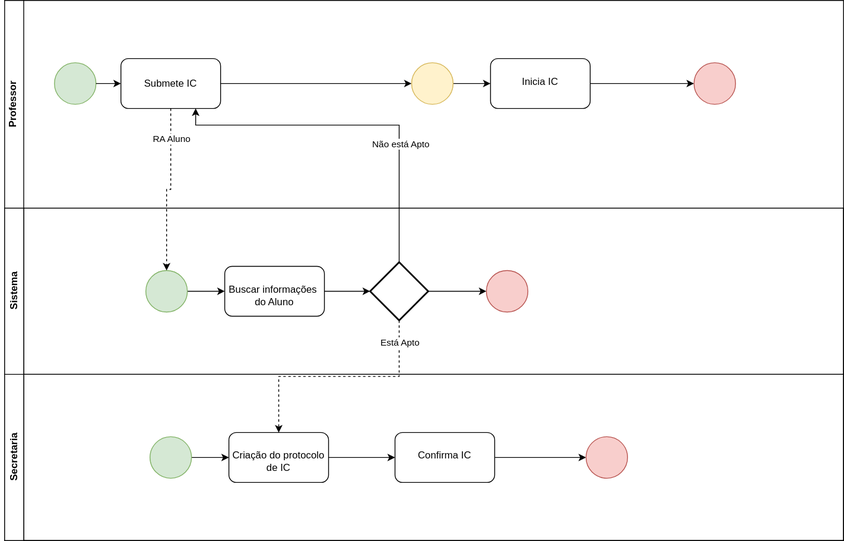
Above: Documentos/ToBe.svg in JesCat16/Automacao_IC_GestaoDeProjeto (draw.io), before the change. Source tidied: cells renumbered, new cells last; positions are measured from the earlier drawing's top-left corner, leaving out a move shared by most shapes.
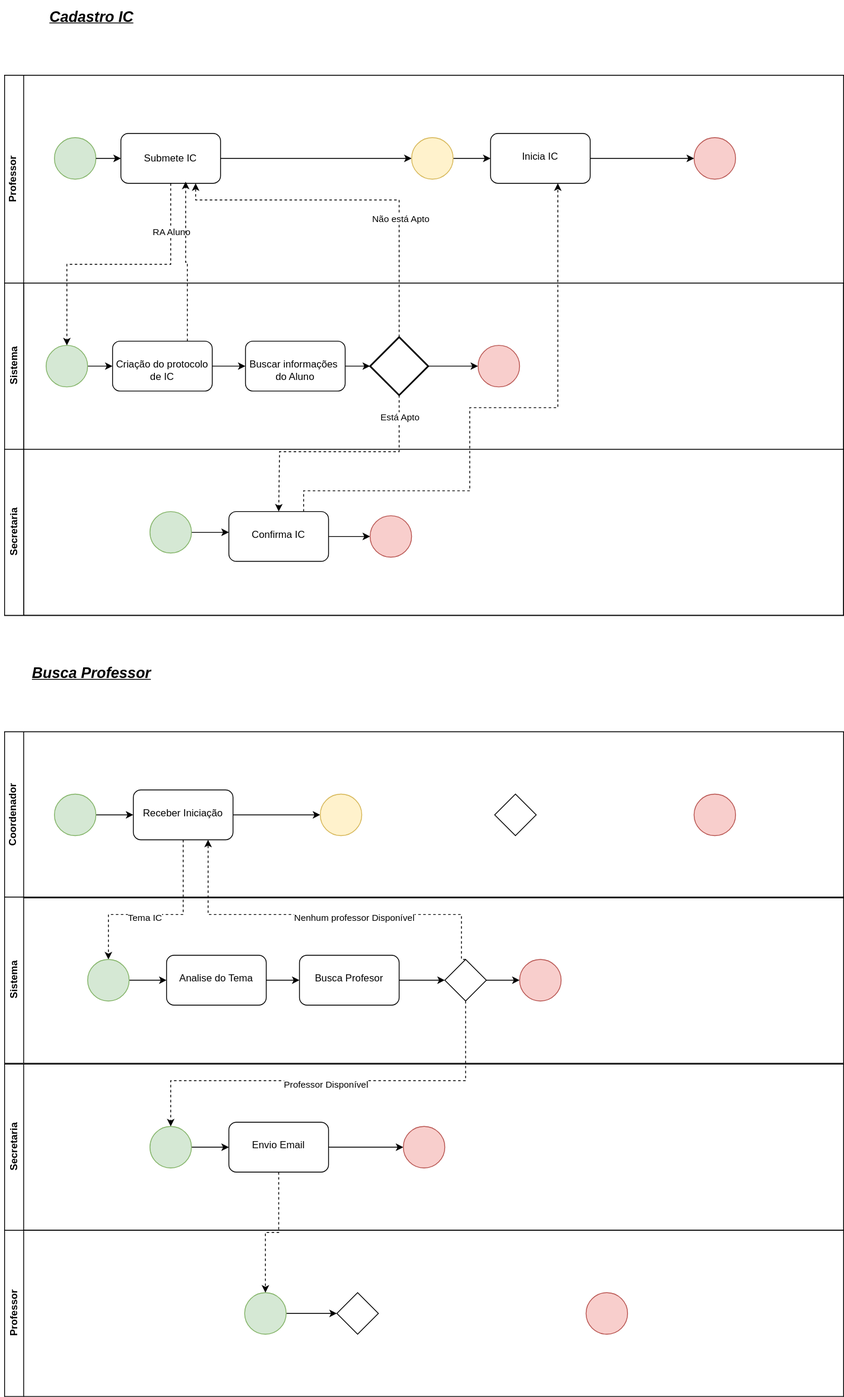
The same file after the commit.

What changed in the source:
```diff
@@ -20,38 +20,34 @@
     <mxCell id="7" value="Secretaria" style="swimlane;horizontal=0;whiteSpace=wrap;html=1;" parent="2" vertex="1">
       <mxGeometry y="450" width="1010" height="200" as="geometry" />
     </mxCell>
-    <mxCell id="8" style="edgeStyle=orthogonalEdgeStyle;rounded=0;jettySize=auto;html=1;" parent="7" edge="1" source="9" target="11">
-      <mxGeometry relative="1" as="geometry" />
+    <mxCell id="8" style="edgeStyle=orthogonalEdgeStyle;rounded=0;jettySize=auto;html=1;" parent="7" edge="1" source="9">
+      <mxGeometry relative="1" as="geometry">
+        <mxPoint x="270" y="100" as="targetPoint" />
+      </mxGeometry>
     </mxCell>
     <mxCell id="9" style="verticalLabelPosition=bottom;verticalAlign=top;html=1;shape=mxgraph.flowchart.on-page_reference;fillColor=#d5e8d4;strokeColor=#82b366;" parent="7" vertex="1">
       <mxGeometry x="175" y="75" width="50" height="50" as="geometry" />
     </mxCell>
-    <mxCell id="10" style="edgeStyle=orthogonalEdgeStyle;rounded=0;jettySize=auto;html=1;" parent="7" edge="1" source="11" target="13">
-      <mxGeometry relative="1" as="geometry" />
-    </mxCell>
-    <mxCell id="11" value="&lt;div&gt;&lt;br&gt;&lt;/div&gt;&lt;div&gt;Criação do protocolo&lt;/div&gt;&lt;div&gt;de IC&lt;/div&gt;" style="rounded=1;whiteSpace=wrap;html=1;verticalAlign=top;" parent="7" vertex="1">
-      <mxGeometry x="270" y="70" width="120" height="60" as="geometry" />
-    </mxCell>
     <mxCell id="12" style="edgeStyle=orthogonalEdgeStyle;rounded=0;jettySize=auto;html=1;" parent="7" edge="1" source="13" target="14">
       <mxGeometry relative="1" as="geometry" />
     </mxCell>
     <mxCell id="13" value="&lt;div&gt;&lt;br&gt;&lt;/div&gt;&lt;div&gt;Confirma IC&lt;/div&gt;" style="rounded=1;whiteSpace=wrap;html=1;verticalAlign=top;" parent="7" vertex="1">
-      <mxGeometry x="470" y="70" width="120" height="60" as="geometry" />
+      <mxGeometry x="270" y="75" width="120" height="60" as="geometry" />
     </mxCell>
     <mxCell id="14" style="ellipse;whiteSpace=wrap;html=1;verticalAlign=top;rounded=1;fillColor=#f8cecc;strokeColor=#b85450;" parent="7" vertex="1">
-      <mxGeometry x="700" y="75" width="50" height="50" as="geometry" />
+      <mxGeometry x="440" y="80" width="50" height="50" as="geometry" />
     </mxCell>
     <mxCell id="15" value="Sistema" style="swimlane;horizontal=0;whiteSpace=wrap;html=1;" parent="2" vertex="1">
       <mxGeometry y="250" width="1010" height="200" as="geometry" />
     </mxCell>
-    <mxCell id="16" style="edgeStyle=orthogonalEdgeStyle;rounded=0;jettySize=auto;html=1;" parent="15" edge="1" source="17" target="18">
-      <mxGeometry relative="1" as="geometry" />
-    </mxCell>
+    <mxCell id="35" style="edgeStyle=orthogonalEdgeStyle;rounded=0;jettySize=auto;html=1;exitX=1;exitY=0.5;exitDx=0;exitDy=0;exitPerimeter=0;entryX=0;entryY=0.5;entryDx=0;entryDy=0;" parent="15" edge="1" source="17" target="11">
+      <mxGeometry relative="1" as="geometry" />
+    </mxCell>
     <mxCell id="17" style="verticalLabelPosition=bottom;verticalAlign=top;html=1;shape=mxgraph.flowchart.on-page_reference;fillColor=#d5e8d4;strokeColor=#82b366;" parent="15" vertex="1">
-      <mxGeometry x="170" y="75" width="50" height="50" as="geometry" />
+      <mxGeometry x="50" y="75" width="50" height="50" as="geometry" />
     </mxCell>
     <mxCell id="18" value="&lt;div&gt;&lt;br&gt;&lt;/div&gt;&lt;div&gt;Buscar informações&amp;nbsp;&lt;/div&gt;&lt;div&gt;do Aluno&lt;/div&gt;" style="rounded=1;whiteSpace=wrap;html=1;verticalAlign=top;" parent="15" vertex="1">
-      <mxGeometry x="265" y="70" width="120" height="60" as="geometry" />
+      <mxGeometry x="290" y="70" width="120" height="60" as="geometry" />
     </mxCell>
     <mxCell id="19" style="strokeWidth=2;html=1;shape=mxgraph.flowchart.decision;whiteSpace=wrap;" parent="15" vertex="1">
       <mxGeometry x="440" y="65" width="70" height="70" as="geometry" />
@@ -60,24 +56,35 @@
       <mxGeometry relative="1" as="geometry" />
     </mxCell>
     <mxCell id="21" style="verticalLabelPosition=bottom;verticalAlign=top;html=1;shape=mxgraph.flowchart.on-page_reference;fillColor=#f8cecc;strokeColor=#b85450;" parent="15" vertex="1">
-      <mxGeometry x="580" y="75" width="50" height="50" as="geometry" />
+      <mxGeometry x="570" y="75" width="50" height="50" as="geometry" />
     </mxCell>
     <mxCell id="22" style="edgeStyle=orthogonalEdgeStyle;rounded=0;jettySize=auto;html=1;exitX=1;exitY=0.5;exitDx=0;exitDy=0;exitPerimeter=0;entryX=0;entryY=0.5;entryDx=0;entryDy=0;entryPerimeter=0;" parent="15" edge="1" source="19" target="21">
       <mxGeometry relative="1" as="geometry" />
     </mxCell>
+    <mxCell id="36" style="edgeStyle=orthogonalEdgeStyle;rounded=0;jettySize=auto;html=1;exitX=1;exitY=0.5;exitDx=0;exitDy=0;entryX=0;entryY=0.5;entryDx=0;entryDy=0;" parent="15" edge="1" source="11" target="18">
+      <mxGeometry relative="1" as="geometry" />
+    </mxCell>
+    <mxCell id="11" value="&lt;div&gt;&lt;br&gt;&lt;/div&gt;&lt;div&gt;Criação do protocolo&lt;/div&gt;&lt;div&gt;de IC&lt;/div&gt;" style="rounded=1;whiteSpace=wrap;html=1;verticalAlign=top;" parent="15" vertex="1">
+      <mxGeometry x="130" y="70" width="120" height="60" as="geometry" />
+    </mxCell>
     <mxCell id="23" style="edgeStyle=orthogonalEdgeStyle;rounded=0;jettySize=auto;html=1;exitX=0.5;exitY=1;exitDx=0;exitDy=0;entryX=0.5;entryY=0;entryDx=0;entryDy=0;entryPerimeter=0;dashed=1;" parent="2" edge="1" source="5" target="17">
       <mxGeometry relative="1" as="geometry" />
     </mxCell>
     <mxCell id="24" value="RA Aluno" style="edgeLabel;html=1;align=center;verticalAlign=middle;" parent="23" vertex="1">
       <mxGeometry x="-0.64" relative="1" as="geometry" />
     </mxCell>
-    <mxCell id="25" style="edgeStyle=orthogonalEdgeStyle;rounded=0;jettySize=auto;html=1;exitX=0.5;exitY=1;exitDx=0;exitDy=0;exitPerimeter=0;entryX=0.5;entryY=0;entryDx=0;entryDy=0;dashed=1;" parent="2" edge="1" source="19" target="11">
-      <mxGeometry relative="1" as="geometry" />
+    <mxCell id="25" style="edgeStyle=orthogonalEdgeStyle;rounded=0;jettySize=auto;html=1;exitX=0.5;exitY=1;exitDx=0;exitDy=0;exitPerimeter=0;entryX=0.5;entryY=0;entryDx=0;entryDy=0;dashed=1;" parent="2" edge="1" source="19" target="13">
+      <mxGeometry relative="1" as="geometry">
+        <Array as="points">
+          <mxPoint x="475" y="453" />
+          <mxPoint x="331" y="453" />
+        </Array>
+      </mxGeometry>
     </mxCell>
     <mxCell id="26" value="Está Apto" style="edgeLabel;html=1;align=center;verticalAlign=middle;" parent="25" vertex="1">
       <mxGeometry x="-0.81" relative="1" as="geometry" />
     </mxCell>
-    <mxCell id="27" style="edgeStyle=orthogonalEdgeStyle;rounded=0;jettySize=auto;html=1;exitX=0.5;exitY=0;exitDx=0;exitDy=0;exitPerimeter=0;entryX=0.75;entryY=1;entryDx=0;entryDy=0;" parent="2" edge="1" source="19" target="5">
+    <mxCell id="27" style="edgeStyle=orthogonalEdgeStyle;rounded=0;jettySize=auto;html=1;exitX=0.5;exitY=0;exitDx=0;exitDy=0;exitPerimeter=0;entryX=0.75;entryY=1;entryDx=0;entryDy=0;dashed=1;" parent="2" edge="1" source="19" target="5">
       <mxGeometry relative="1" as="geometry">
         <Array as="points">
           <mxPoint x="475" y="150" />
@@ -106,5 +113,151 @@
     <mxCell id="34" value="Professor" style="text;html=1;align=center;verticalAlign=middle;whiteSpace=wrap;rounded=0;rotation=-90;fontStyle=1;" parent="2" vertex="1">
       <mxGeometry x="-20" y="110" width="60" height="30" as="geometry" />
     </mxCell>
+    <mxCell id="37" style="edgeStyle=orthogonalEdgeStyle;rounded=0;jettySize=auto;html=1;exitX=0.75;exitY=0;exitDx=0;exitDy=0;entryX=0.675;entryY=1;entryDx=0;entryDy=0;entryPerimeter=0;dashed=1;" parent="2" edge="1" source="13" target="31">
+      <mxGeometry relative="1" as="geometry">
+        <Array as="points">
+          <mxPoint x="360" y="500" />
+          <mxPoint x="560" y="500" />
+          <mxPoint x="560" y="400" />
+          <mxPoint x="666" y="400" />
+        </Array>
+      </mxGeometry>
+    </mxCell>
+    <mxCell id="38" style="edgeStyle=orthogonalEdgeStyle;rounded=0;jettySize=auto;html=1;exitX=0.75;exitY=0;exitDx=0;exitDy=0;entryX=0.65;entryY=0.967;entryDx=0;entryDy=0;entryPerimeter=0;dashed=1;" parent="2" edge="1" source="11" target="5">
+      <mxGeometry relative="1" as="geometry" />
+    </mxCell>
+    <mxCell id="39" value="&lt;u&gt;&lt;i&gt;&lt;font style=&quot;font-size: 18px;&quot;&gt;Cadastro IC&lt;/font&gt;&lt;/i&gt;&lt;/u&gt;" style="text;html=1;align=center;verticalAlign=middle;whiteSpace=wrap;rounded=0;rotation=0;fontStyle=1;" parent="1" vertex="1">
+      <mxGeometry x="20" y="-90" width="210" height="40" as="geometry" />
+    </mxCell>
+    <mxCell id="40" style="swimlane;horizontal=0;whiteSpace=wrap;html=1;" parent="1" vertex="1">
+      <mxGeometry x="20" y="790" width="1010" height="200" as="geometry" />
+    </mxCell>
+    <mxCell id="41" style="edgeStyle=orthogonalEdgeStyle;rounded=0;jettySize=auto;html=1;" parent="40" edge="1" source="42" target="46">
+      <mxGeometry relative="1" as="geometry" />
+    </mxCell>
+    <mxCell id="42" style="verticalLabelPosition=bottom;verticalAlign=top;html=1;shape=mxgraph.flowchart.on-page_reference;fillColor=#d5e8d4;strokeColor=#82b366;" parent="40" vertex="1">
+      <mxGeometry x="60" y="75" width="50" height="50" as="geometry" />
+    </mxCell>
+    <mxCell id="43" style="verticalLabelPosition=bottom;verticalAlign=top;html=1;shape=mxgraph.flowchart.on-page_reference;fillColor=#f8cecc;strokeColor=#b85450;" parent="40" vertex="1">
+      <mxGeometry x="830" y="75" width="50" height="50" as="geometry" />
+    </mxCell>
+    <mxCell id="44" value="Coordenador" style="text;html=1;align=center;verticalAlign=middle;whiteSpace=wrap;rounded=0;rotation=-90;fontStyle=1;" parent="40" vertex="1">
+      <mxGeometry x="-20" y="85" width="60" height="30" as="geometry" />
+    </mxCell>
+    <mxCell id="45" style="edgeStyle=orthogonalEdgeStyle;rounded=0;jettySize=auto;html=1;" parent="40" edge="1" source="46" target="47">
+      <mxGeometry relative="1" as="geometry" />
+    </mxCell>
+    <mxCell id="46" value="&lt;div&gt;&lt;br&gt;&lt;/div&gt;&lt;div&gt;Receber Iniciação&lt;/div&gt;" style="rounded=1;whiteSpace=wrap;html=1;verticalAlign=top;" parent="40" vertex="1">
+      <mxGeometry x="155" y="70" width="120" height="60" as="geometry" />
+    </mxCell>
+    <mxCell id="47" style="ellipse;whiteSpace=wrap;html=1;verticalAlign=top;rounded=1;fillColor=#fff2cc;strokeColor=#d6b656;" parent="40" vertex="1">
+      <mxGeometry x="380" y="75" width="50" height="50" as="geometry" />
+    </mxCell>
+    <mxCell id="48" style="rhombus;whiteSpace=wrap;html=1;" parent="40" vertex="1">
+      <mxGeometry x="590" y="75" width="50" height="50" as="geometry" />
+    </mxCell>
+    <mxCell id="49" value="&lt;u&gt;&lt;i&gt;&lt;font style=&quot;font-size: 18px;&quot;&gt;Busca Professor&lt;/font&gt;&lt;/i&gt;&lt;/u&gt;" style="text;html=1;align=center;verticalAlign=middle;whiteSpace=wrap;rounded=0;rotation=0;fontStyle=1;" parent="1" vertex="1">
+      <mxGeometry x="20" y="700" width="210" height="40" as="geometry" />
+    </mxCell>
+    <mxCell id="50" value="Professor" style="swimlane;horizontal=0;whiteSpace=wrap;html=1;" parent="1" vertex="1">
+      <mxGeometry x="20" y="1390" width="1010" height="200" as="geometry" />
+    </mxCell>
+    <mxCell id="51" style="edgeStyle=orthogonalEdgeStyle;rounded=0;jettySize=auto;html=1;exitX=1;exitY=0.5;exitDx=0;exitDy=0;exitPerimeter=0;entryX=0;entryY=0.5;entryDx=0;entryDy=0;" parent="50" edge="1" source="52" target="54">
+      <mxGeometry relative="1" as="geometry" />
+    </mxCell>
+    <mxCell id="52" style="verticalLabelPosition=bottom;verticalAlign=top;html=1;shape=mxgraph.flowchart.on-page_reference;fillColor=#d5e8d4;strokeColor=#82b366;" parent="50" vertex="1">
+      <mxGeometry x="289" y="75" width="50" height="50" as="geometry" />
+    </mxCell>
+    <mxCell id="53" style="ellipse;whiteSpace=wrap;html=1;verticalAlign=top;rounded=1;fillColor=#f8cecc;strokeColor=#b85450;" parent="50" vertex="1">
+      <mxGeometry x="700" y="75" width="50" height="50" as="geometry" />
+    </mxCell>
+    <mxCell id="54" style="rhombus;whiteSpace=wrap;html=1;" parent="50" vertex="1">
+      <mxGeometry x="400" y="75" width="50" height="50" as="geometry" />
+    </mxCell>
+    <mxCell id="55" style="edgeStyle=orthogonalEdgeStyle;rounded=0;jettySize=auto;html=1;exitX=0.5;exitY=1;exitDx=0;exitDy=0;entryX=0.5;entryY=0;entryDx=0;entryDy=0;entryPerimeter=0;dashed=1;" parent="1" edge="1" source="46" target="59">
+      <mxGeometry relative="1" as="geometry">
+        <Array as="points">
+          <mxPoint x="235" y="1010" />
+          <mxPoint x="145" y="1010" />
+        </Array>
+      </mxGeometry>
+    </mxCell>
+    <mxCell id="56" value="Tema IC" style="edgeLabel;html=1;align=center;verticalAlign=middle;" parent="55" vertex="1">
+      <mxGeometry x="0.17" y="3" relative="1" as="geometry" />
+    </mxCell>
+    <mxCell id="57" value="Sistema" style="swimlane;horizontal=0;whiteSpace=wrap;html=1;" parent="1" vertex="1">
+      <mxGeometry x="20" y="989" width="1010" height="200" as="geometry" />
+    </mxCell>
+    <mxCell id="58" style="edgeStyle=orthogonalEdgeStyle;rounded=0;jettySize=auto;html=1;" parent="57" edge="1" source="59" target="62">
+      <mxGeometry relative="1" as="geometry" />
+    </mxCell>
+    <mxCell id="59" style="verticalLabelPosition=bottom;verticalAlign=top;html=1;shape=mxgraph.flowchart.on-page_reference;fillColor=#d5e8d4;strokeColor=#82b366;" parent="57" vertex="1">
+      <mxGeometry x="100" y="75" width="50" height="50" as="geometry" />
+    </mxCell>
+    <mxCell id="60" style="verticalLabelPosition=bottom;verticalAlign=top;html=1;shape=mxgraph.flowchart.on-page_reference;fillColor=#f8cecc;strokeColor=#b85450;" parent="57" vertex="1">
+      <mxGeometry x="620" y="75" width="50" height="50" as="geometry" />
+    </mxCell>
+    <mxCell id="61" style="edgeStyle=orthogonalEdgeStyle;rounded=0;jettySize=auto;html=1;" parent="57" edge="1" source="62" target="64">
+      <mxGeometry relative="1" as="geometry" />
+    </mxCell>
+    <mxCell id="62" value="&lt;div&gt;&lt;br&gt;&lt;/div&gt;&lt;div&gt;Analise do Tema&lt;/div&gt;" style="rounded=1;whiteSpace=wrap;html=1;verticalAlign=top;" parent="57" vertex="1">
+      <mxGeometry x="195" y="70" width="120" height="60" as="geometry" />
+    </mxCell>
+    <mxCell id="63" style="edgeStyle=orthogonalEdgeStyle;rounded=0;jettySize=auto;html=1;exitX=1;exitY=0.5;exitDx=0;exitDy=0;entryX=0;entryY=0.5;entryDx=0;entryDy=0;" parent="57" edge="1" source="64" target="65">
+      <mxGeometry relative="1" as="geometry" />
+    </mxCell>
+    <mxCell id="64" value="&lt;div&gt;&lt;br&gt;&lt;/div&gt;&lt;div&gt;Busca Profesor&lt;/div&gt;" style="rounded=1;whiteSpace=wrap;html=1;verticalAlign=top;" parent="57" vertex="1">
+      <mxGeometry x="355" y="70" width="120" height="60" as="geometry" />
+    </mxCell>
+    <mxCell id="65" style="rhombus;whiteSpace=wrap;html=1;" parent="57" vertex="1">
+      <mxGeometry x="530" y="75" width="50" height="50" as="geometry" />
+    </mxCell>
+    <mxCell id="66" style="edgeStyle=orthogonalEdgeStyle;rounded=0;jettySize=auto;html=1;exitX=1;exitY=0.5;exitDx=0;exitDy=0;entryX=0;entryY=0.5;entryDx=0;entryDy=0;entryPerimeter=0;" parent="57" edge="1" source="65" target="60">
+      <mxGeometry relative="1" as="geometry" />
+    </mxCell>
+    <mxCell id="67" value="Secretaria" style="swimlane;horizontal=0;whiteSpace=wrap;html=1;" parent="1" vertex="1">
+      <mxGeometry x="20" y="1190" width="1010" height="200" as="geometry" />
+    </mxCell>
+    <mxCell id="68" style="edgeStyle=orthogonalEdgeStyle;rounded=0;jettySize=auto;html=1;" parent="67" edge="1" source="69" target="71">
+      <mxGeometry relative="1" as="geometry" />
+    </mxCell>
+    <mxCell id="69" style="verticalLabelPosition=bottom;verticalAlign=top;html=1;shape=mxgraph.flowchart.on-page_reference;fillColor=#d5e8d4;strokeColor=#82b366;" parent="67" vertex="1">
+      <mxGeometry x="175" y="75" width="50" height="50" as="geometry" />
+    </mxCell>
+    <mxCell id="70" style="edgeStyle=orthogonalEdgeStyle;rounded=0;jettySize=auto;html=1;exitX=1;exitY=0.5;exitDx=0;exitDy=0;entryX=0;entryY=0.5;entryDx=0;entryDy=0;" parent="67" edge="1" source="71" target="72">
+      <mxGeometry relative="1" as="geometry" />
+    </mxCell>
+    <mxCell id="71" value="&lt;div&gt;&lt;br&gt;&lt;/div&gt;Envio Email" style="rounded=1;whiteSpace=wrap;html=1;verticalAlign=top;" parent="67" vertex="1">
+      <mxGeometry x="270" y="70" width="120" height="60" as="geometry" />
+    </mxCell>
+    <mxCell id="72" style="ellipse;whiteSpace=wrap;html=1;verticalAlign=top;rounded=1;fillColor=#f8cecc;strokeColor=#b85450;" parent="67" vertex="1">
+      <mxGeometry x="480" y="75" width="50" height="50" as="geometry" />
+    </mxCell>
+    <mxCell id="73" style="edgeStyle=orthogonalEdgeStyle;rounded=0;jettySize=auto;html=1;exitX=0.5;exitY=1;exitDx=0;exitDy=0;entryX=0.5;entryY=0;entryDx=0;entryDy=0;dashed=1;entryPerimeter=0;" parent="1" edge="1" source="65" target="69">
+      <mxGeometry relative="1" as="geometry">
+        <Array as="points">
+          <mxPoint x="575" y="1210" />
+          <mxPoint x="220" y="1210" />
+        </Array>
+      </mxGeometry>
+    </mxCell>
+    <mxCell id="74" value="Professor Disponível" style="edgeLabel;html=1;align=center;verticalAlign=middle;" parent="73" vertex="1">
+      <mxGeometry x="0.05" y="4" relative="1" as="geometry" />
+    </mxCell>
+    <mxCell id="75" style="edgeStyle=orthogonalEdgeStyle;rounded=0;jettySize=auto;html=1;exitX=0.5;exitY=1;exitDx=0;exitDy=0;entryX=0.5;entryY=0;entryDx=0;entryDy=0;entryPerimeter=0;dashed=1;" parent="1" edge="1" source="71" target="52">
+      <mxGeometry relative="1" as="geometry" />
+    </mxCell>
+    <mxCell id="76" style="edgeStyle=orthogonalEdgeStyle;rounded=0;jettySize=auto;html=1;exitX=0.5;exitY=0;exitDx=0;exitDy=0;entryX=0.75;entryY=1;entryDx=0;entryDy=0;dashed=1;" parent="1" edge="1" source="65" target="46">
+      <mxGeometry relative="1" as="geometry">
+        <Array as="points">
+          <mxPoint x="570" y="1064" />
+          <mxPoint x="570" y="1010" />
+          <mxPoint x="265" y="1010" />
+        </Array>
+      </mxGeometry>
+    </mxCell>
+    <mxCell id="77" value="Nenhum professor Disponível" style="edgeLabel;html=1;align=center;verticalAlign=middle;" parent="76" vertex="1">
+      <mxGeometry x="-0.17" y="3" relative="1" as="geometry" />
+    </mxCell>
   </root>
 </mxGraphModel>
```
